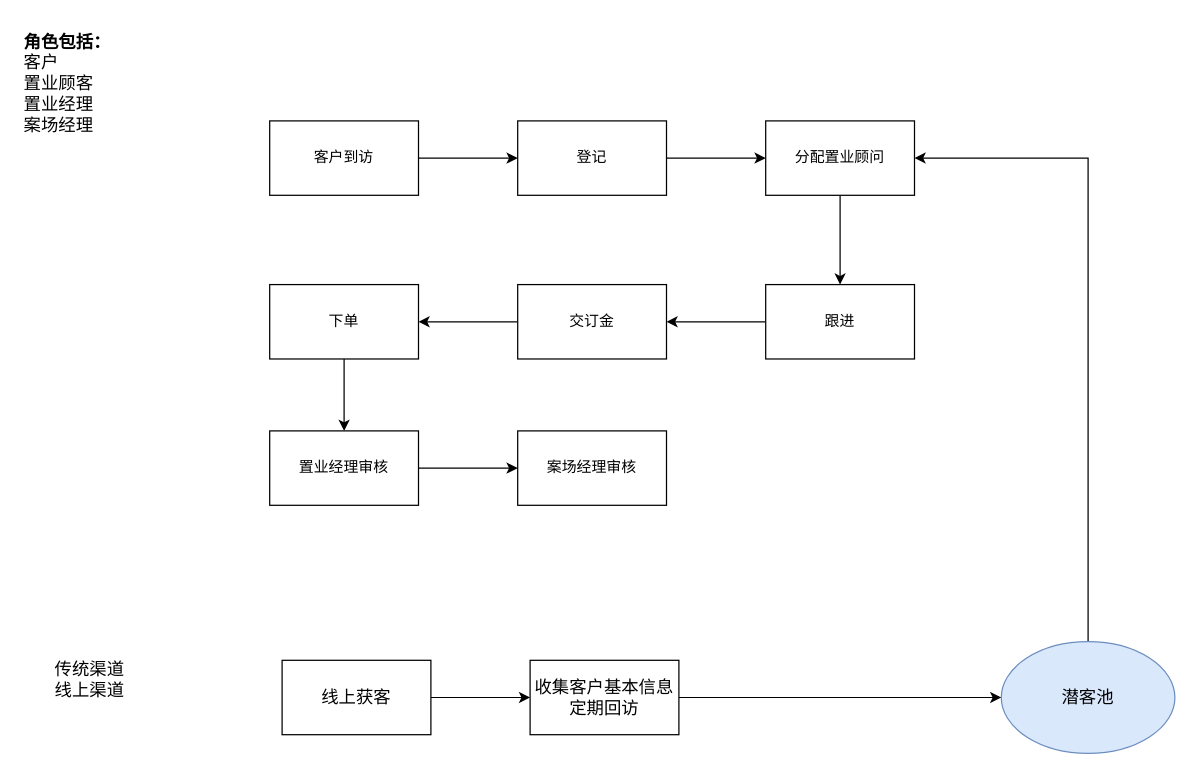
Above: page "营销流程" (1 of 3) of 房产营销系统.drawio in juesuchen/diagrams (draw.io), before the change. Source tidied: cells renumbered, new cells numbered last; positions are measured from the earlier drawing's top-left corner, leaving out a move shared by most shapes. Both pictures are drawn from the tidied source at 124%, with x=0, y=0 at pixel (21, 21).
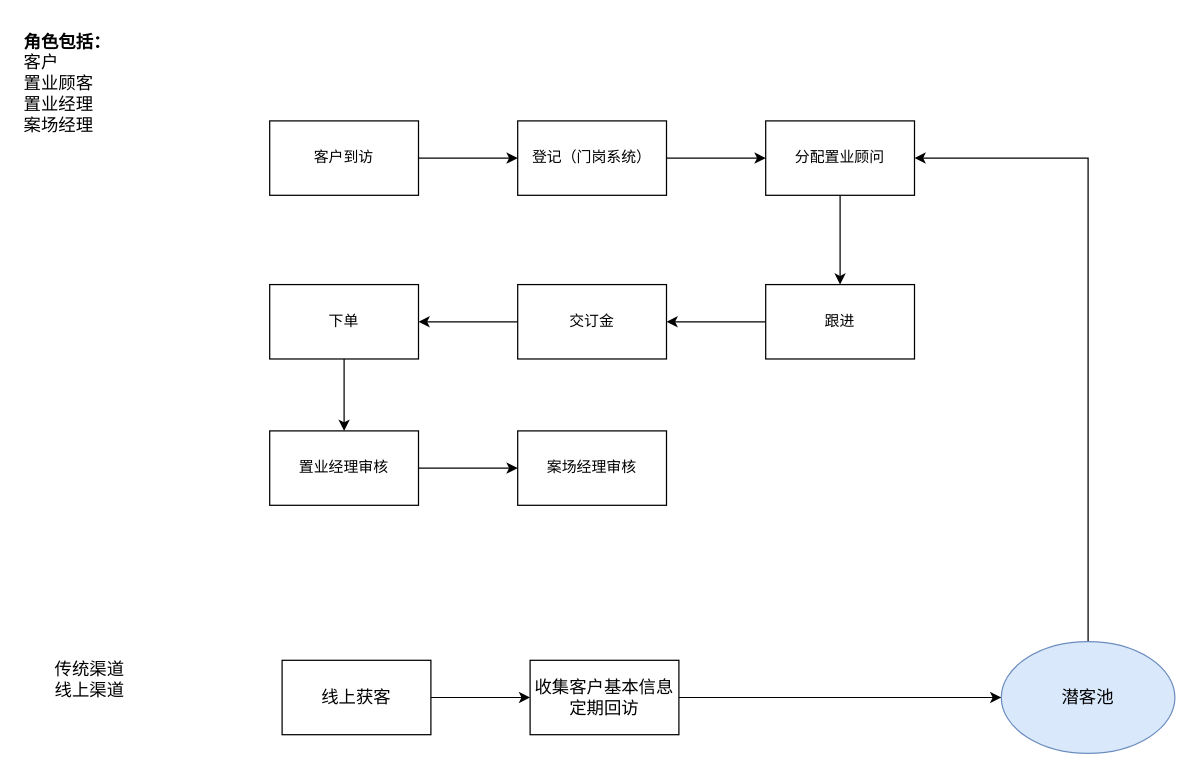
The same page after the edit.

Commit message:
更新房产营销系统.drawio

Diff of the diagram source:
```diff
@@
-    <mxCell id="6" value="登记" style="rounded=0;whiteSpace=wrap;html=1;" parent="1" vertex="1">
+    <mxCell id="6" value="登记（门岗系统）" style="rounded=0;whiteSpace=wrap;html=1;" parent="1" vertex="1">
       <mxGeometry x="400" y="80" width="120" height="60" as="geometry" />
     </mxCell>
```
